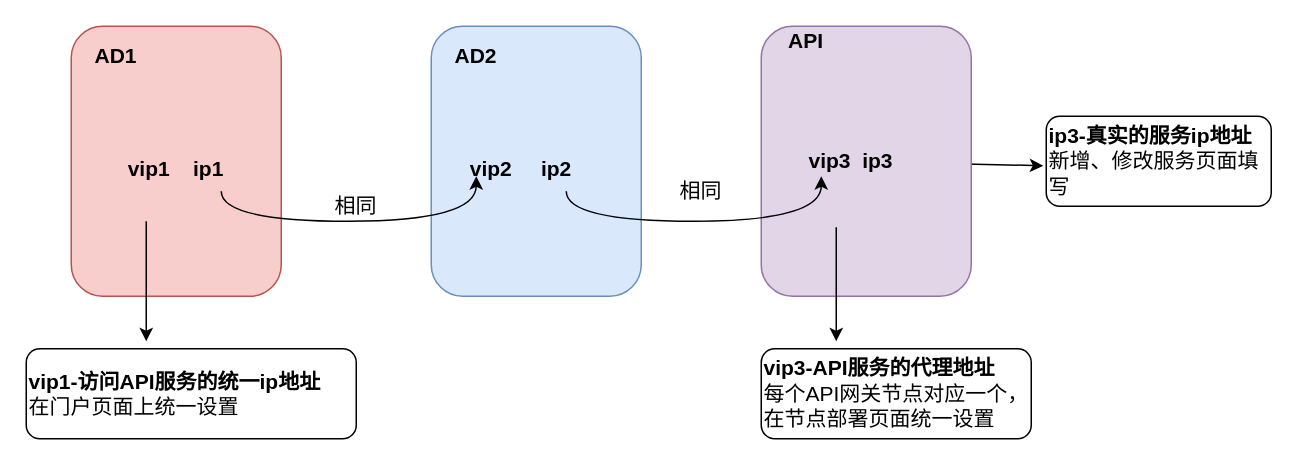
This is page "AD与API服务的底层ip关系" (3 of 5) of 国税总局迭代三设计.drawio from helemile/notes, a draw.io file, before an edit. Source tidied: cells renumbered, new cells numbered last; positions are measured from the earlier drawing's top-left corner, leaving out a move shared by most shapes. Both pictures are drawn from the tidied source at 150%, with x=0, y=0 at pixel (26, 26).
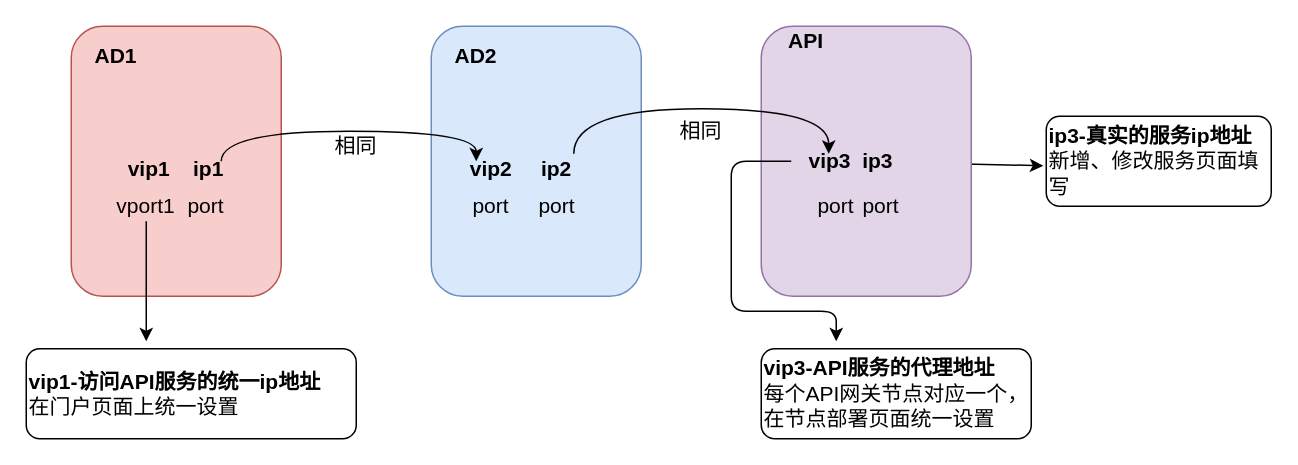
After the change.

Unchanged cells that the change refers to:
```xml
<mxCell id="12" value="vip3&amp;nbsp; ip3" style="text;html=1;strokeColor=none;fillColor=none;align=center;verticalAlign=middle;whiteSpace=wrap;rounded=0;fontStyle=1;fontSize=14;" parent="1" vertex="1">
  <mxGeometry x="510" y="50" width="80" height="80" as="geometry" />
</mxCell>
```

Diff of the diagram source:
```diff
@@
     <mxCell id="13" style="edgeStyle=orthogonalEdgeStyle;rounded=0;orthogonalLoop=1;jettySize=auto;html=1;fontStyle=1;fontSize=14;curved=1;" parent="1" edge="1">
       <mxGeometry relative="1" as="geometry">
-        <mxPoint x="130" y="110" as="sourcePoint" />
-        <mxPoint x="300" y="100" as="targetPoint" />
+        <mxPoint x="130" y="90" as="sourcePoint" />
+        <mxPoint x="300" y="90" as="targetPoint" />
         <Array as="points">
-          <mxPoint x="300" y="130" />
+          <mxPoint x="130" y="70" />
+          <mxPoint x="300" y="70" />
         </Array>
       </mxGeometry>
     </mxCell>
     <mxCell id="14" style="edgeStyle=orthogonalEdgeStyle;rounded=0;orthogonalLoop=1;jettySize=auto;html=1;fontStyle=1;fontSize=14;curved=1;" parent="1" edge="1">
       <mxGeometry relative="1" as="geometry">
-        <mxPoint x="360" y="110" as="sourcePoint" />
-        <mxPoint x="530" y="100" as="targetPoint" />
+        <mxPoint x="365" y="85" as="sourcePoint" />
+        <mxPoint x="535" y="85" as="targetPoint" />
         <Array as="points">
-          <mxPoint x="530" y="130" />
+          <mxPoint x="365" y="55" />
+          <mxPoint x="535" y="55" />
         </Array>
       </mxGeometry>
     </mxCell>
     <mxCell id="15" value="相同" style="text;html=1;strokeColor=none;fillColor=none;align=center;verticalAlign=middle;whiteSpace=wrap;rounded=0;fontSize=14;" parent="1" vertex="1">
-      <mxGeometry x="200" y="110" width="40" height="20" as="geometry" />
+      <mxGeometry x="200" y="70" width="40" height="20" as="geometry" />
     </mxCell>
     <mxCell id="16" value="相同" style="text;html=1;strokeColor=none;fillColor=none;align=center;verticalAlign=middle;whiteSpace=wrap;rounded=0;fontSize=14;" parent="1" vertex="1">
-      <mxGeometry x="430" y="100" width="40" height="20" as="geometry" />
+      <mxGeometry x="430" y="60" width="40" height="20" as="geometry" />
     </mxCell>
@@
-    <mxCell id="20" style="endArrow=classic;html=1;fontSize=14;" parent="1" edge="1">
+    <mxCell id="20" style="endArrow=classic;html=1;fontSize=14;exitX=0;exitY=0.5;exitDx=0;exitDy=0;edgeStyle=orthogonalEdgeStyle;" parent="1" edge="1" source="12">
       <mxGeometry relative="1" as="geometry">
-        <mxPoint x="540" y="134" as="sourcePoint" />
         <mxPoint x="540" y="210" as="targetPoint" />
+        <Array as="points">
+          <mxPoint x="470" y="90" />
+          <mxPoint x="470" y="190" />
+          <mxPoint x="540" y="190" />
+        </Array>
       </mxGeometry>
     </mxCell>
+    <mxCell id="21" value="vport1" style="text;html=1;strokeColor=none;fillColor=none;align=center;verticalAlign=middle;whiteSpace=wrap;rounded=0;fontSize=14;" parent="1" vertex="1">
+      <mxGeometry x="60" y="110" width="40" height="20" as="geometry" />
+    </mxCell>
+    <mxCell id="22" value="port" style="text;html=1;strokeColor=none;fillColor=none;align=center;verticalAlign=middle;whiteSpace=wrap;rounded=0;fontSize=14;" parent="1" vertex="1">
+      <mxGeometry x="100" y="110" width="40" height="20" as="geometry" />
+    </mxCell>
+    <mxCell id="23" value="port" style="text;html=1;strokeColor=none;fillColor=none;align=center;verticalAlign=middle;whiteSpace=wrap;rounded=0;fontSize=14;" parent="1" vertex="1">
+      <mxGeometry x="290" y="110" width="40" height="20" as="geometry" />
+    </mxCell>
+    <mxCell id="24" value="port" style="text;html=1;strokeColor=none;fillColor=none;align=center;verticalAlign=middle;whiteSpace=wrap;rounded=0;fontSize=14;" parent="1" vertex="1">
+      <mxGeometry x="334" y="110" width="40" height="20" as="geometry" />
+    </mxCell>
+    <mxCell id="25" value="port" style="text;html=1;strokeColor=none;fillColor=none;align=center;verticalAlign=middle;whiteSpace=wrap;rounded=0;fontSize=14;" parent="1" vertex="1">
+      <mxGeometry x="520" y="110" width="40" height="20" as="geometry" />
+    </mxCell>
+    <mxCell id="26" value="port" style="text;html=1;strokeColor=none;fillColor=none;align=center;verticalAlign=middle;whiteSpace=wrap;rounded=0;fontSize=14;" parent="1" vertex="1">
+      <mxGeometry x="550" y="110" width="40" height="20" as="geometry" />
+    </mxCell>
```
